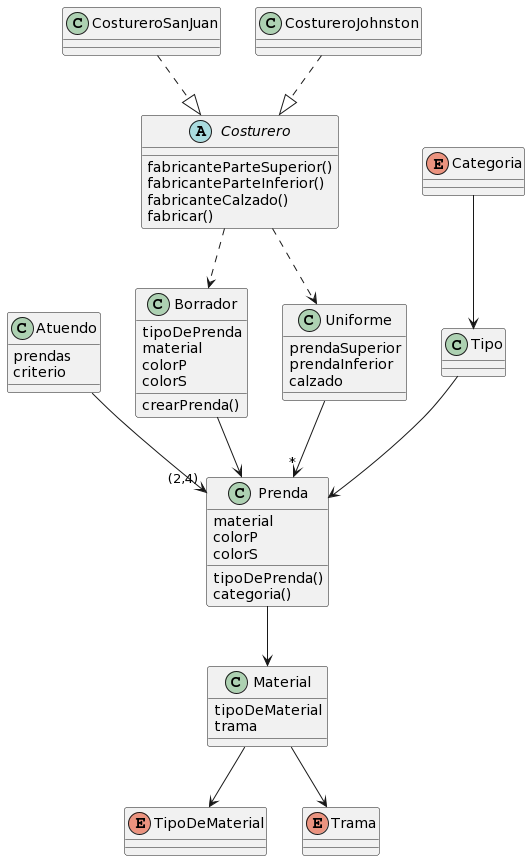
Grupo-ddjs/QMP keeps this PlantUML diagram as UML_QMPV3.png. Above is the earlier version. Source of this version:
```plantuml
@startuml
class Atuendo{
prendas
criterio
}

class Prenda{
material
colorP
colorS
tipoDePrenda()
categoria()
}

class Material{
tipoDeMaterial
trama
}

class Borrador{
tipoDePrenda
material
colorP
colorS
crearPrenda()
}

abstract Costurero{
fabricanteParteSuperior()
fabricanteParteInferior()
fabricanteCalzado()
fabricar()
}

class CostureroSanJuan{}
class CostureroJohnston{}
class Uniforme{
prendaSuperior
prendaInferior
calzado
}

enum Categoria{
}

enum TipoDeMaterial{}
enum Trama{}

class Tipo{
}


Atuendo -->"(2,4)" Prenda
Tipo --> Prenda
Categoria --> Tipo
Prenda --> Material
Material --> TipoDeMaterial
Material --> Trama
Borrador --> Prenda
Costurero ..> Uniforme
CostureroSanJuan ..|> Costurero
CostureroJohnston..|> Costurero
Costurero ..> Borrador
Uniforme -->"*" Prenda
@enduml
```
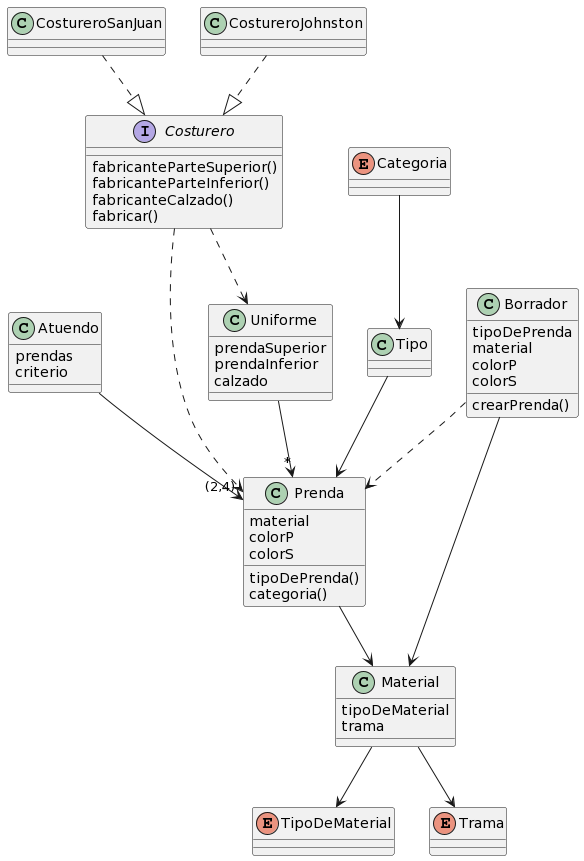
The same file after the commit.

Change to the diagram source:
```diff
@@ -25,7 +25,7 @@
 crearPrenda()
 }
 
-abstract Costurero{
+interface Costurero{
 fabricanteParteSuperior()
 fabricanteParteInferior()
 fabricanteCalzado()
@@ -56,10 +56,11 @@
 Prenda --> Material
 Material --> TipoDeMaterial
 Material --> Trama
-Borrador --> Prenda
+Borrador ..> Prenda
+Borrador --> Material
 Costurero ..> Uniforme
 CostureroSanJuan ..|> Costurero
 CostureroJohnston..|> Costurero
-Costurero ..> Borrador
+Costurero ..> Prenda
 Uniforme -->"*" Prenda
 @enduml
```
